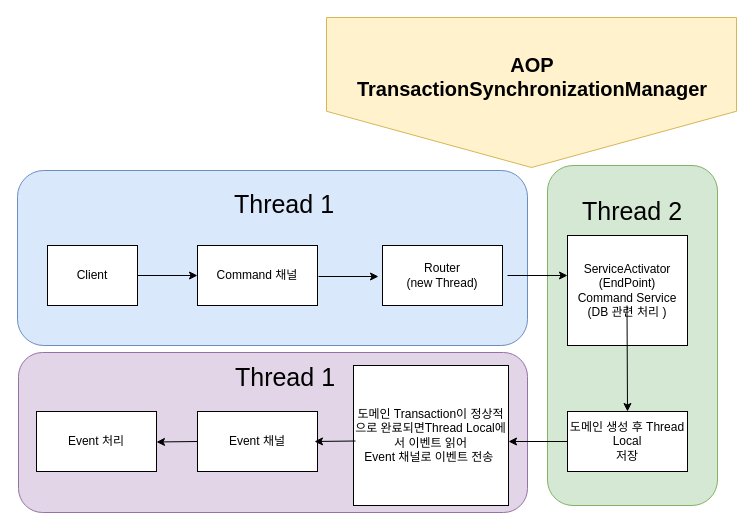
The draw.io diagram 제목 없는 다이어그램.drawio in ReadnThink/SNS_project, before the edit. Source tidied: cells renumbered, new cells numbered last; positions are measured from the earlier drawing's top-left corner, leaving out a move shared by most shapes. Both pictures are drawn from the tidied source at 100%, with x=0, y=0 at pixel (17, 17).
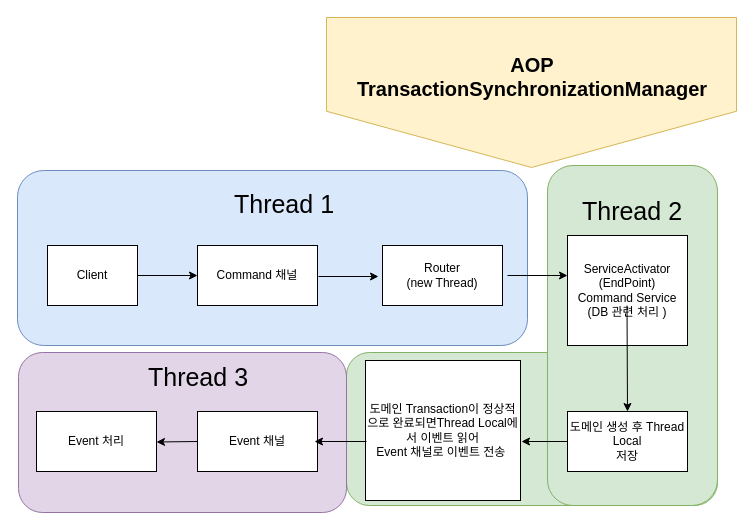
After the change.

Commit message:
제목 없는 다이어그램.drawio 업데이트

The edit, as a diff of the source:
```diff
@@
+    <mxCell id="25" style="rounded=1;whiteSpace=wrap;html=1;fillColor=#d5e8d4;strokeColor=#82b366;" parent="1" vertex="1">
+      <mxGeometry x="329" y="335" width="371" height="153" as="geometry" />
+    </mxCell>
     <mxCell id="2" style="rounded=1;whiteSpace=wrap;html=1;fillColor=#e1d5e7;strokeColor=#9673a6;" parent="1" vertex="1">
-      <mxGeometry x="1" y="335" width="509" height="160" as="geometry" />
+      <mxGeometry x="1" y="335" width="328" height="160" as="geometry" />
     </mxCell>
@@
     <mxCell id="18" value="도메인 Transaction이 정상적으로 완료되면Thread Local에서 이벤트 읽어&lt;br&gt;Event 채널로 이벤트 전송&amp;nbsp;" style="rounded=0;whiteSpace=wrap;html=1;" parent="1" vertex="1">
-      <mxGeometry x="336" y="348" width="155" height="140" as="geometry" />
+      <mxGeometry x="348" y="343" width="155" height="140" as="geometry" />
     </mxCell>
@@
-    <mxCell id="21" style="endArrow=classic;html=1;rounded=0;entryX=1.013;entryY=0.557;entryDx=0;entryDy=0;entryPerimeter=0;exitX=0;exitY=0.5;exitDx=0;exitDy=0;" parent="1" edge="1">
+    <mxCell id="21" style="endArrow=classic;html=1;rounded=0;entryX=1.013;entryY=0.557;entryDx=0;entryDy=0;entryPerimeter=0;" parent="1" edge="1">
       <mxGeometry relative="1" as="geometry">
-        <mxPoint x="338" y="423.5" as="sourcePoint" />
+        <mxPoint x="349" y="424" as="sourcePoint" />
         <mxPoint x="297" y="424" as="targetPoint" />
       </mxGeometry>
     </mxCell>
@@
-    <mxCell id="23" value="&lt;font style=&quot;font-size: 25px;&quot;&gt;Thread 1&lt;/font&gt;" style="text;html=1;strokeColor=none;fillColor=none;align=center;verticalAlign=middle;whiteSpace=wrap;rounded=0;fontSize=14;" parent="1" vertex="1">
-      <mxGeometry x="183" y="344" width="170" height="30" as="geometry" />
+    <mxCell id="23" value="&lt;font style=&quot;font-size: 25px;&quot;&gt;Thread 3&lt;/font&gt;" style="text;html=1;strokeColor=none;fillColor=none;align=center;verticalAlign=middle;whiteSpace=wrap;rounded=0;fontSize=14;" parent="1" vertex="1">
+      <mxGeometry x="96" y="344" width="170" height="30" as="geometry" />
     </mxCell>
     <mxCell id="24" style="endArrow=classic;html=1;rounded=0;exitX=0;exitY=0.4;exitDx=0;exitDy=0;exitPerimeter=0;" parent="1" edge="1">
       <mxGeometry relative="1" as="geometry">
         <mxPoint x="550" y="424" as="sourcePoint" />
-        <mxPoint x="491" y="424" as="targetPoint" />
+        <mxPoint x="504" y="424" as="targetPoint" />
       </mxGeometry>
     </mxCell>
```
